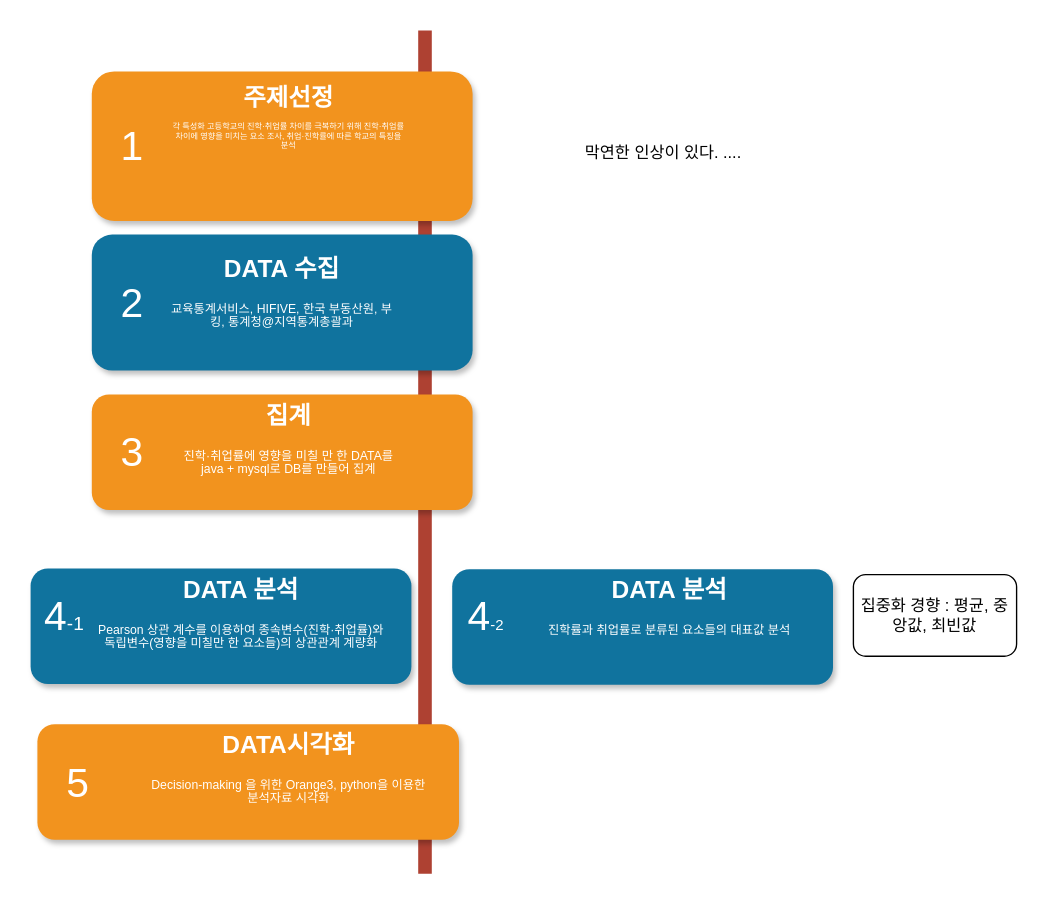
Before: page "Page-1" (1 of 2) of 2020/탐구순서.drawio in JiwonChung/dataCompetition, a draw.io diagram. Source tidied: cells renumbered, new cells numbered last; positions are measured from the earlier drawing's top-left corner, leaving out a move shared by most shapes. Both pictures are drawn from the tidied source at 136%, with x=0, y=0 at pixel (23, 30).
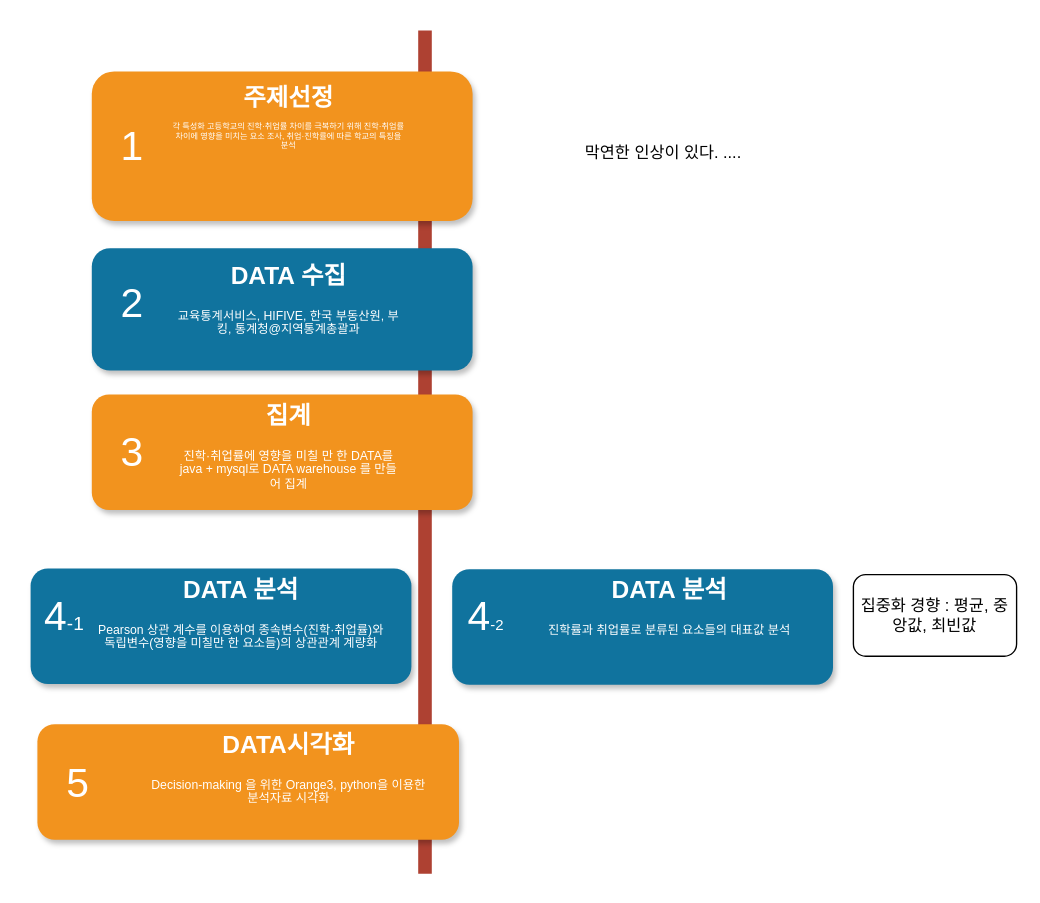
The same diagram, later.

Diff of the diagram source:
```diff
@@
     <mxCell id="5" style="rounded=1;whiteSpace=wrap;html=1;strokeColor=none;strokeWidth=1;fillColor=#10739E;fontSize=13;fontColor=#FFFFFF;align=center;gradientColor=none;gradientDirection=east;verticalAlign=top;shadow=1;" parent="1" vertex="1">
-      <mxGeometry x="50" y="150" width="280" height="100" as="geometry" />
+      <mxGeometry x="50" y="160" width="280" height="90" as="geometry" />
     </mxCell>
@@
     <mxCell id="14" value="&lt;h1&gt;DATA 수집&lt;/h1&gt;&lt;p&gt;교육통계서비스,&amp;nbsp;&lt;span&gt;HIFIVE,&amp;nbsp;&lt;/span&gt;&lt;span&gt;한국 부동산원,&amp;nbsp;&lt;/span&gt;&lt;span&gt;부킹,&amp;nbsp;&lt;/span&gt;&lt;span&gt;통계청@지역통계총괄과&lt;/span&gt;&lt;/p&gt;" style="text;html=1;spacing=5;spacingTop=-20;whiteSpace=wrap;overflow=hidden;strokeColor=none;strokeWidth=4;fillColor=none;gradientColor=#007FFF;fontSize=9;fontColor=#FFFFFF;align=center;" parent="1" vertex="1">
-      <mxGeometry x="100" y="163.8" width="180" height="72.5" as="geometry" />
+      <mxGeometry x="105" y="168.8" width="180" height="72.5" as="geometry" />
     </mxCell>
-    <mxCell id="15" value="&lt;h1&gt;집계&lt;/h1&gt;&lt;p&gt;진학·취업률에 영향을 미칠 만 한 DATA를 java&lt;span&gt;&amp;nbsp;+ mysql로 DB를 만들어 집계&lt;/span&gt;&lt;/p&gt;" style="text;html=1;spacing=5;spacingTop=-20;whiteSpace=wrap;overflow=hidden;strokeColor=none;strokeWidth=4;fillColor=none;gradientColor=#007FFF;fontSize=9;fontColor=#FFFFFF;align=center;" parent="1" vertex="1">
+    <mxCell id="15" value="&lt;h1&gt;집계&lt;/h1&gt;&lt;p&gt;진학·취업률에 영향을 미칠 만 한 DATA를 java&lt;span&gt;&amp;nbsp;+ mysql로 DATA warehouse 를 만들어 집계&lt;/span&gt;&lt;/p&gt;" style="text;html=1;spacing=5;spacingTop=-20;whiteSpace=wrap;overflow=hidden;strokeColor=none;strokeWidth=4;fillColor=none;gradientColor=#007FFF;fontSize=9;fontColor=#FFFFFF;align=center;" parent="1" vertex="1">
       <mxGeometry x="110" y="271.5" width="170" height="77" as="geometry" />
     </mxCell>
```
